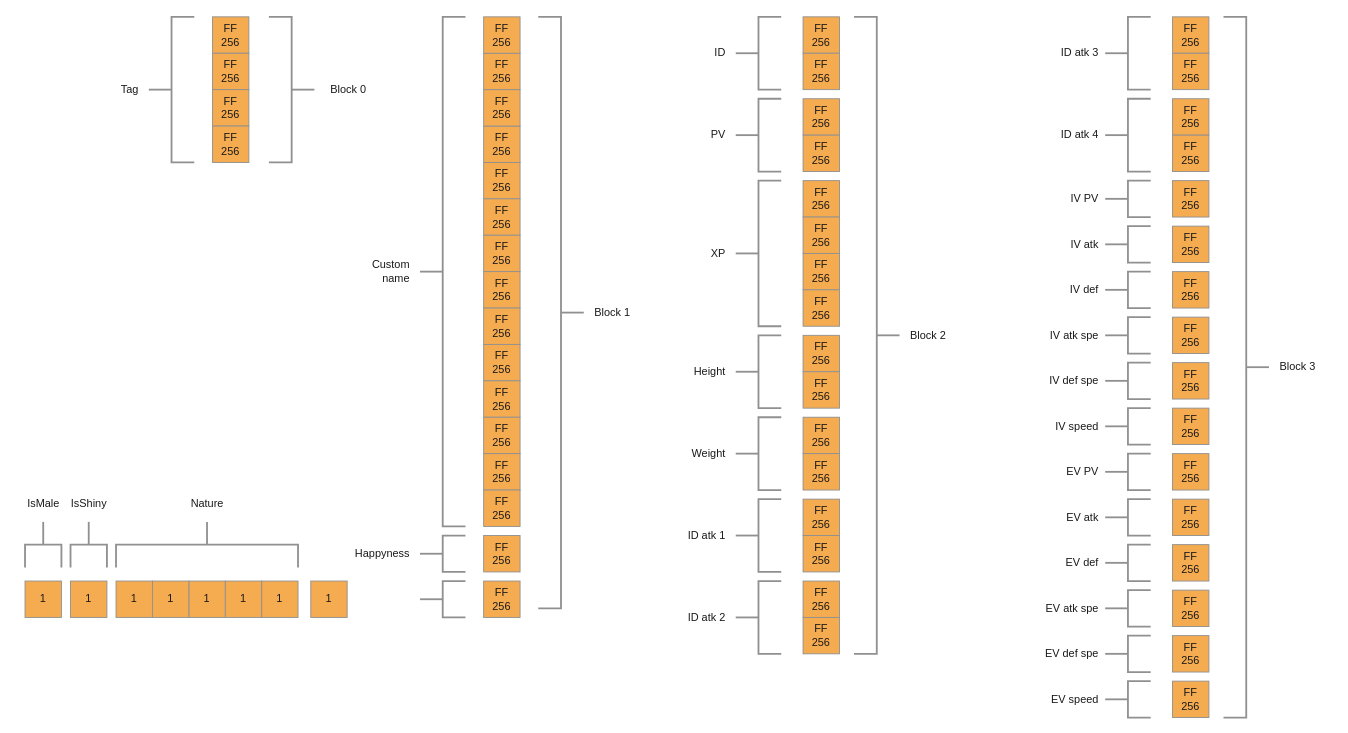
Above: UML/NFC_bytes.drawio in DorianDelbos/PokeLanders (draw.io), before the change. Source tidied: cells renumbered, new cells numbered last; positions are measured from the earlier drawing's top-left corner, leaving out a move shared by most shapes. Both pictures are drawn from the tidied source at 91%, with x=0, y=0 at pixel (15, 16).
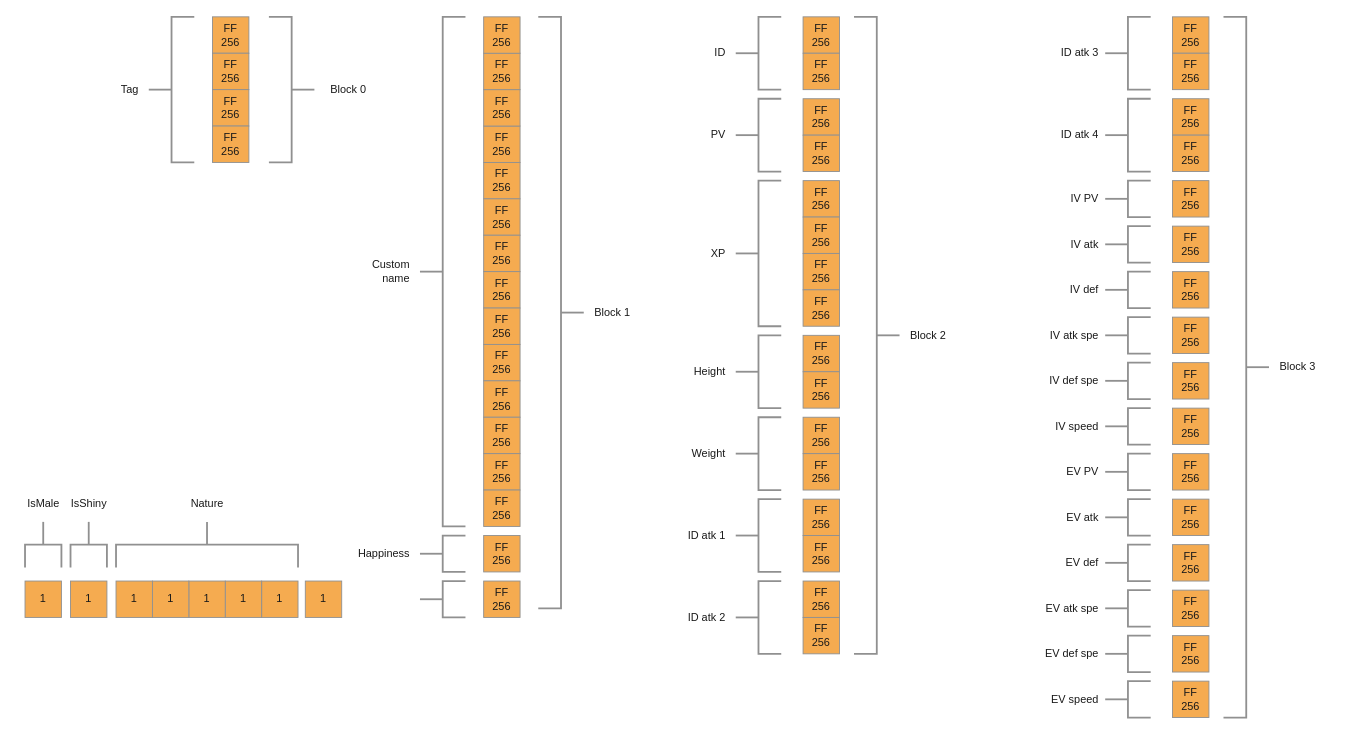
After the change.

What changed in the source:
```diff
@@
     <mxCell id="97" value="1" style="whiteSpace=wrap;html=1;labelBackgroundColor=none;fillColor=#F5AB50;strokeColor=#909090;fontColor=#1A1A1A;" parent="1" vertex="1">
-      <mxGeometry x="324" y="620" width="40" height="40" as="geometry" />
+      <mxGeometry x="318" y="620" width="40" height="40" as="geometry" />
     </mxCell>
@@
-    <mxCell id="122" value="Happyness" style="text;html=1;align=right;verticalAlign=middle;strokeColor=none;fillColor=none;labelBackgroundColor=none;fontColor=#1A1A1A;" parent="1" vertex="1">
+    <mxCell id="122" value="Happiness" style="text;html=1;align=right;verticalAlign=middle;strokeColor=none;fillColor=none;labelBackgroundColor=none;fontColor=#1A1A1A;" parent="1" vertex="1">
       <mxGeometry x="354" y="575" width="80" height="30" as="geometry" />
     </mxCell>
```
